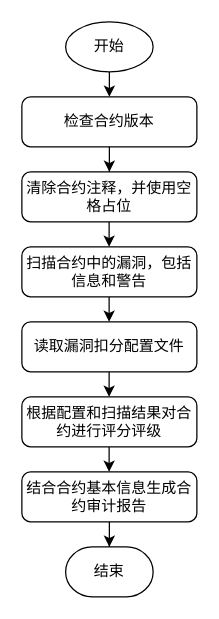
This is contract_audit.drawio from wang2gua/test, a draw.io file, before an edit. Source tidied: cells renumbered, new cells numbered last; positions are measured from the earlier drawing's top-left corner, leaving out a move shared by most shapes. Both pictures are drawn from the tidied source at 125%, with x=0, y=0 at pixel (21, 21).
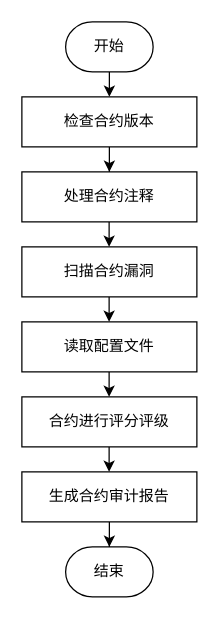
Above is the later version.

Diff of the diagram source:
```diff
@@
-    <mxCell id="2" style="edgeStyle=orthogonalEdgeStyle;rounded=0;jettySize=auto;html=1;exitX=0.5;exitY=1;exitDx=0;exitDy=0;exitPerimeter=0;" parent="1" edge="1" source="3">
+    <mxCell id="2" style="edgeStyle=orthogonalEdgeStyle;rounded=0;orthogonalLoop=1;jettySize=auto;html=1;exitX=0.5;exitY=1;exitDx=0;exitDy=0;exitPerimeter=0;" parent="1" edge="1">
       <mxGeometry relative="1" as="geometry">
+        <mxPoint x="70" y="40" as="sourcePoint" />
         <mxPoint x="70" y="60" as="targetPoint" />
       </mxGeometry>
     </mxCell>
-    <mxCell id="3" value="开始" style="strokeWidth=1;html=1;shape=mxgraph.flowchart.start_1;whiteSpace=wrap;" parent="1" vertex="1">
-      <mxGeometry x="35" width="70" height="40" as="geometry" />
-    </mxCell>
@@
-    <mxCell id="6" value="检查合约版本" style="rounded=1;whiteSpace=wrap;html=1;absoluteArcSize=1;arcSize=14;strokeWidth=1;" parent="1" vertex="1">
+    <mxCell id="6" value="检查合约版本" style="rounded=0;whiteSpace=wrap;html=1;absoluteArcSize=1;arcSize=14;strokeWidth=1;shadow=0;sketch=0;glass=0;" parent="1" vertex="1">
       <mxGeometry y="60" width="140" height="40" as="geometry" />
     </mxCell>
-    <mxCell id="7" value="清除合约注释，并使用空格占位" style="rounded=1;whiteSpace=wrap;html=1;absoluteArcSize=1;arcSize=14;strokeWidth=1;" parent="1" vertex="1">
+    <mxCell id="7" value="处理合约注释" style="rounded=0;whiteSpace=wrap;html=1;absoluteArcSize=1;arcSize=14;strokeWidth=1;" parent="1" vertex="1">
       <mxGeometry y="120" width="140" height="40" as="geometry" />
     </mxCell>
@@
-    <mxCell id="9" value="结合合约基本信息生成合约审计报告" style="rounded=1;whiteSpace=wrap;html=1;absoluteArcSize=1;arcSize=14;strokeWidth=1;" parent="1" vertex="1">
+    <mxCell id="9" value="生成合约审计报告" style="rounded=0;whiteSpace=wrap;html=1;absoluteArcSize=1;arcSize=14;strokeWidth=1;" parent="1" vertex="1">
       <mxGeometry y="360" width="140" height="40" as="geometry" />
     </mxCell>
-    <mxCell id="10" value="扫描合约中的漏洞，包括信息和警告" style="rounded=1;whiteSpace=wrap;html=1;absoluteArcSize=1;arcSize=14;strokeWidth=1;" parent="1" vertex="1">
+    <mxCell id="10" value="扫描合约漏洞" style="rounded=0;whiteSpace=wrap;html=1;absoluteArcSize=1;arcSize=14;strokeWidth=1;" parent="1" vertex="1">
       <mxGeometry y="180" width="140" height="40" as="geometry" />
     </mxCell>
-    <mxCell id="11" value="读取漏洞扣分配置文件" style="rounded=1;whiteSpace=wrap;html=1;absoluteArcSize=1;arcSize=14;strokeWidth=1;" parent="1" vertex="1">
+    <mxCell id="11" value="读取配置文件" style="rounded=0;whiteSpace=wrap;html=1;absoluteArcSize=1;arcSize=14;strokeWidth=1;" parent="1" vertex="1">
       <mxGeometry y="240" width="140" height="40" as="geometry" />
     </mxCell>
-    <mxCell id="12" value="根据配置和扫描结果对合约进行评分评级" style="rounded=1;whiteSpace=wrap;html=1;absoluteArcSize=1;arcSize=14;strokeWidth=1;" parent="1" vertex="1">
+    <mxCell id="12" value="合约进行评分评级" style="rounded=0;whiteSpace=wrap;html=1;absoluteArcSize=1;arcSize=14;strokeWidth=1;" parent="1" vertex="1">
       <mxGeometry y="300" width="140" height="40" as="geometry" />
     </mxCell>
@@
+    <mxCell id="3" value="开始" style="strokeWidth=1;html=1;shape=mxgraph.flowchart.terminator;whiteSpace=wrap;" parent="1" vertex="1">
+      <mxGeometry x="35" width="70" height="40" as="geometry" />
+    </mxCell>
```
